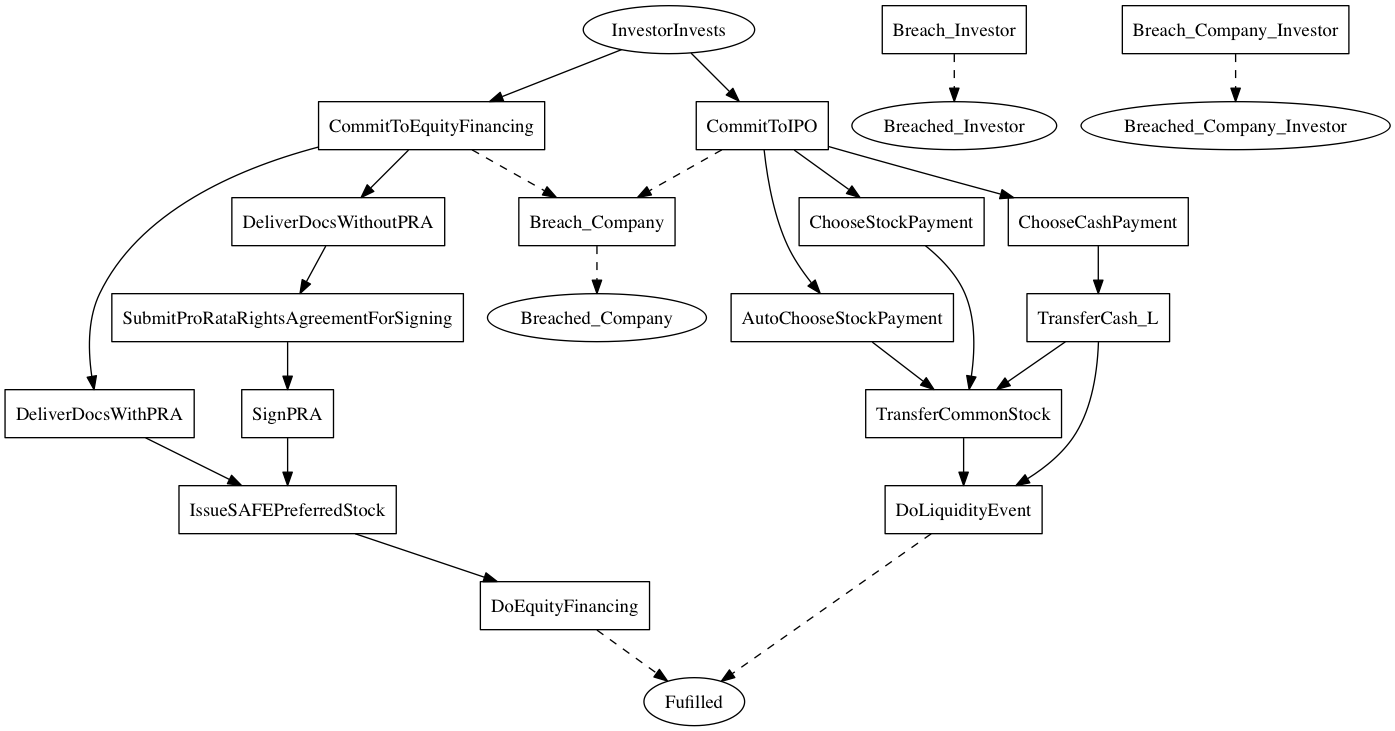
Earlier version of the Graphviz export linear_state_machine_language/pyL4/examples/out_graphviz/toy_and_teaching/tutorialSAFE.png (Marcao02/complaw-deeptech). Its source is kept beside it as linear_state_machine_language/pyL4/examples/out_graphviz/toy_and_teaching/tutorialSAFE.dot.
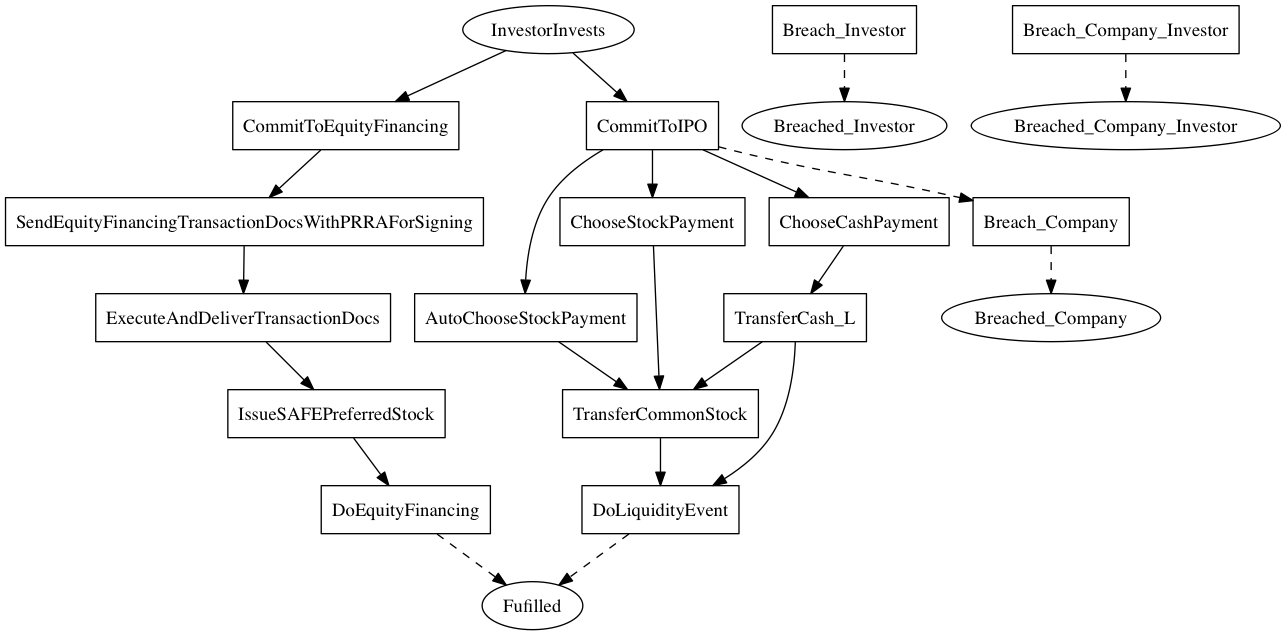
After the commit.

Diff of the diagram source:
```diff
@@ -1,5 +1,5 @@
 
-digraph SAFE {
+digraph safe_tutorial {
     Fulfilled[label=Fufilled];
     InvestorInvests[label=InvestorInvests];
 	Breached_Investor[label=Breached_Investor];
@@ -8,10 +8,8 @@
 
 
     CommitToEquityFinancing[label=CommitToEquityFinancing,shape=box];
-	DeliverDocsWithPRA[label=DeliverDocsWithPRA,shape=box];
-	DeliverDocsWithoutPRA[label=DeliverDocsWithoutPRA,shape=box];
-	SubmitProRataRightsAgreementForSigning[label=SubmitProRataRightsAgreementForSigning,shape=box];
-	SignPRA[label=SignPRA,shape=box];
+	SendEquityFinancingTransactionDocsWithPRRAForSigning[label=SendEquityFinancingTransactionDocsWithPRRAForSigning,shape=box];
+	ExecuteAndDeliverTransactionDocs[label=ExecuteAndDeliverTransactionDocs,shape=box];
 	IssueSAFEPreferredStock[label=IssueSAFEPreferredStock,shape=box];
 	DoEquityFinancing[label=DoEquityFinancing,shape=box];
 	CommitToIPO[label=CommitToIPO,shape=box];
@@ -29,13 +27,9 @@
 
     InvestorInvests -> CommitToEquityFinancing;
 	InvestorInvests -> CommitToIPO;
-	CommitToEquityFinancing -> DeliverDocsWithPRA;
-	CommitToEquityFinancing -> DeliverDocsWithoutPRA;
-	CommitToEquityFinancing -> Breach_Company [style=dashed];
-	DeliverDocsWithPRA -> IssueSAFEPreferredStock;
-	DeliverDocsWithoutPRA -> SubmitProRataRightsAgreementForSigning;
-	SubmitProRataRightsAgreementForSigning -> SignPRA;
-	SignPRA -> IssueSAFEPreferredStock;
+	CommitToEquityFinancing -> SendEquityFinancingTransactionDocsWithPRRAForSigning;
+	SendEquityFinancingTransactionDocsWithPRRAForSigning -> ExecuteAndDeliverTransactionDocs;
+	ExecuteAndDeliverTransactionDocs -> IssueSAFEPreferredStock;
 	IssueSAFEPreferredStock -> DoEquityFinancing;
 	CommitToIPO -> ChooseCashPayment;
 	CommitToIPO -> ChooseStockPayment;
```
